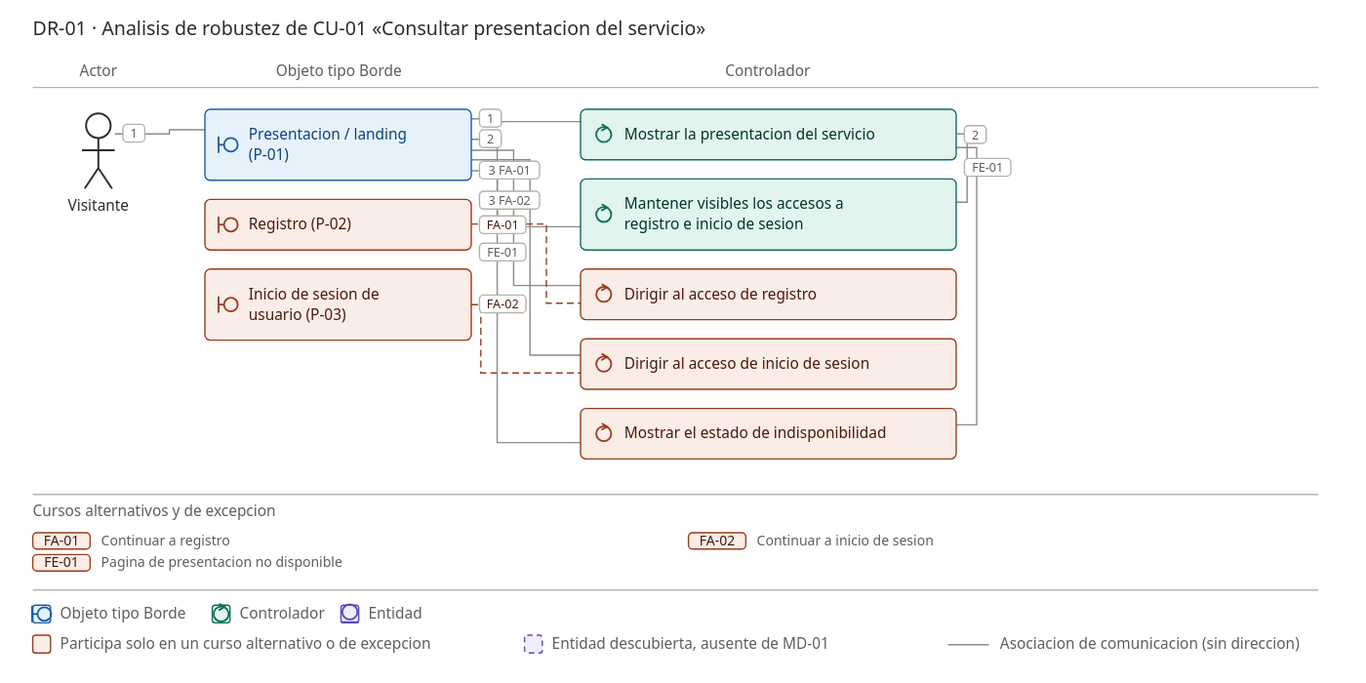
Before: docs/07_casos_uso/robustez/DR-01_robustez_consultar_presentacion.svg, a diagram exported from PlantUML (jonatan8254/alan-aura-academico). Its source is kept beside it as docs/07_casos_uso/robustez/DR-01_robustez_consultar_presentacion.puml. Its diagram source:
```plantuml
@startuml
left to right direction
skinparam linetype ortho
skinparam shadowing false

actor "Visitante" as ACT_Visitante

boundary "Presentacion / landing (P-01)" as B_PaginaPresentacion
boundary "Registro (P-02)" as B_FormularioRegistro #LightCoral
boundary "Inicio de sesion de usuario (P-03)" as B_PaginaInicioSesion #LightCoral

control "Mostrar la presentacion del servicio" as C_MostrarPresentacion
control "Mantener visibles los accesos a registro e inicio de sesion" as C_MantenerAccesosVisibles
control "Dirigir al acceso de registro" as C_DirigirARegistro #LightCoral
control "Dirigir al acceso de inicio de sesion" as C_DirigirAInicioSesion #LightCoral
control "Mostrar el estado de indisponibilidad" as C_MostrarIndisponibilidad #LightCoral

ACT_Visitante -- B_PaginaPresentacion : 1 solicita la pagina de presentacion
B_PaginaPresentacion -- C_MostrarPresentacion : 1 mostrar proposito no clinico, limites y accesos
C_MostrarPresentacion -- C_MantenerAccesosVisibles : 2 el Visitante lee el alcance y los limites
C_MantenerAccesosVisibles -- B_PaginaPresentacion : 2 mantiene visibles los accesos
B_PaginaPresentacion -- C_DirigirARegistro : 3 FA-01 elige registrarse
B_PaginaPresentacion -- C_DirigirAInicioSesion : 3 FA-02 elige iniciar sesion
C_DirigirARegistro -- B_FormularioRegistro : FA-01 continua en CU-02
C_DirigirAInicioSesion -- B_PaginaInicioSesion : FA-02 continua en CU-03
C_MostrarPresentacion -- C_MostrarIndisponibilidad : FE-01 el servicio esta caido o en mantenimiento
C_MostrarIndisponibilidad -- B_PaginaPresentacion : FE-01 permite reintentar sin crear sesion

legend right
  <b>Convencion de color</b>
  #LightCoral = objeto que participa solo en un curso alternativo (FA) o de excepcion (FE)
endlegend

note as N_DR01
  <b>CU-01 - Consultar presentacion del servicio</b> (ECU-01) - actor: Visitante
  PRE-01 el sistema esta desplegado y disponible; no requiere autenticacion.

  <b>Flujo basico</b>
  1. El Visitante solicita la pagina de presentacion. El sistema muestra la presentacion
     publica: proposito de acompanamiento no clinico, limites (no diagnostica, no atiende
     urgencias en autonomia) y accesos (registro / inicio de sesion).
  2. El Visitante lee el alcance y los limites del servicio. El sistema mantiene visibles
     los accesos a registro e inicio de sesion.
  3. El Visitante elige registrarse o iniciar sesion. El sistema lo dirige al acceso elegido.

  <b>Cursos alternativos</b>
  FA-01 Continuar a registro: el Visitante decide registrarse; el sistema lo dirige al
        acceso de registro y continua en CU-02.
  FA-02 Continuar a inicio de sesion: el Visitante ya tiene cuenta; el sistema lo dirige
        al acceso de inicio de sesion y continua en CU-03.

  <b>Cursos de excepcion</b>
  FE-01 Pagina de presentacion no disponible: el servicio esta caido o en mantenimiento;
        el sistema muestra un estado de indisponibilidad y permite reintentar.
        Sin sesion creada; sin datos capturados.

  <b>Postcondicion</b> El Visitante queda informado del alcance, los limites y los accesos;
  no se captura ningun dato; no se crea sesion.
  <b>Reglas</b> RN-04.5, RN-09. <b>Traza</b> RF-19 -> OBJ-7.
  <b>Pantallas</b> P-01 propia; P-02 y P-03 solo como destino de continuacion (CU-02/CU-03).

  <b>Notas de modelado</b>
  - <b>Sin objetos tipo Entidad:</b> ECU-01 declara "ninguno persistente"; la postcondicion
    afirma que no se captura ningun dato. La ausencia es fiel al texto, no un olvido.
  - El estado de indisponibilidad (FE-01) se pinta sobre P-01, cuyos estados clave en
    DIS-00 §2 son "default / servicio no disponible": no requiere pantalla nueva.
end note

@enduml
```
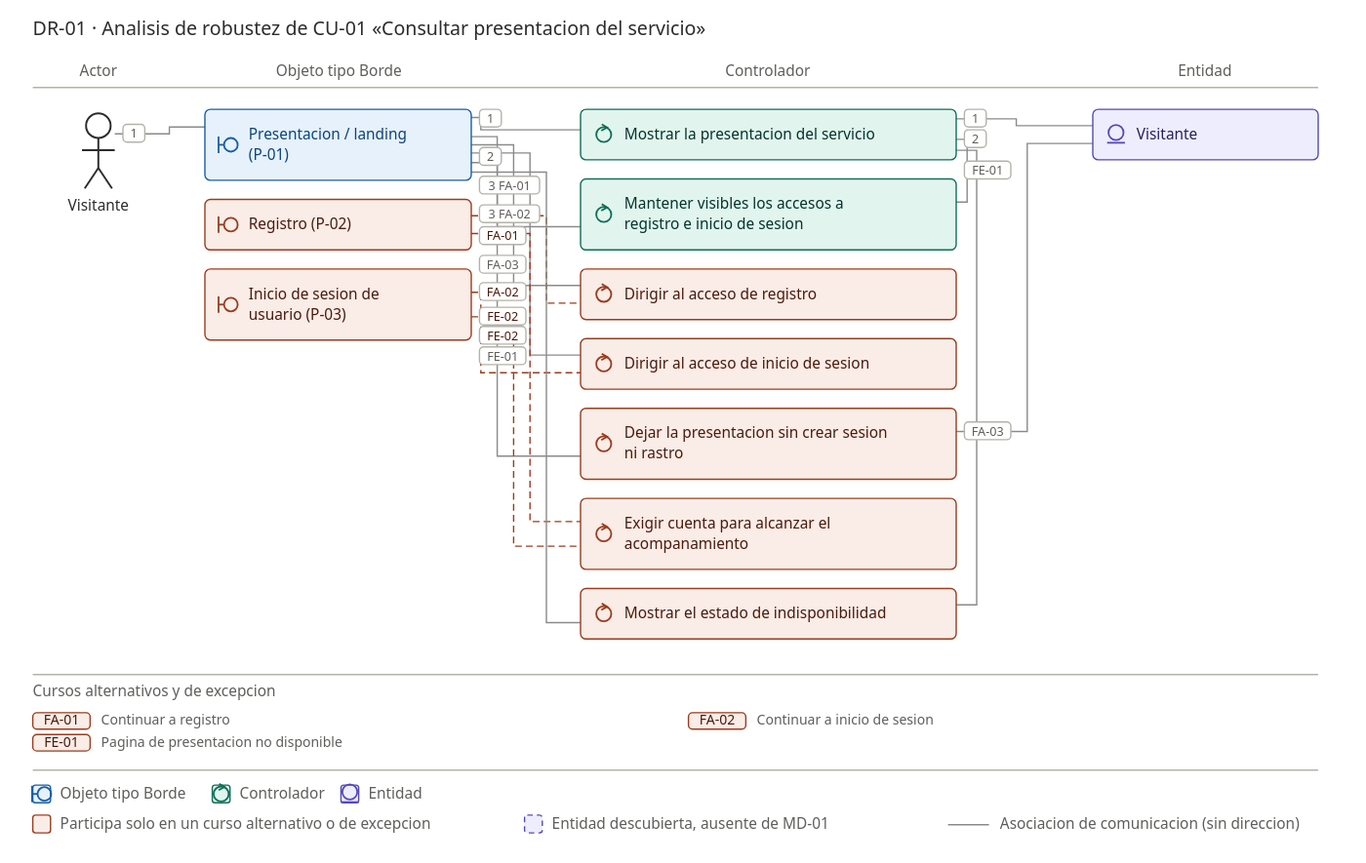
The same file after the commit.

Diff of the diagram source:
```diff
@@ -14,6 +14,10 @@
 control "Dirigir al acceso de registro" as C_DirigirARegistro #LightCoral
 control "Dirigir al acceso de inicio de sesion" as C_DirigirAInicioSesion #LightCoral
 control "Mostrar el estado de indisponibilidad" as C_MostrarIndisponibilidad #LightCoral
+control "Dejar la presentacion sin crear sesion ni rastro" as C_SalirSinElegirAcceso #LightCoral
+control "Exigir cuenta para alcanzar el acompanamiento" as C_ExigirCuentaParaAcompanamiento #LightCoral
+
+entity "Visitante" as E_Visitante
 
 ACT_Visitante -- B_PaginaPresentacion : 1 solicita la pagina de presentacion
 B_PaginaPresentacion -- C_MostrarPresentacion : 1 mostrar proposito no clinico, limites y accesos
@@ -23,8 +27,13 @@
 B_PaginaPresentacion -- C_DirigirAInicioSesion : 3 FA-02 elige iniciar sesion
 C_DirigirARegistro -- B_FormularioRegistro : FA-01 continua en CU-02
 C_DirigirAInicioSesion -- B_PaginaInicioSesion : FA-02 continua en CU-03
+C_MostrarPresentacion -- E_Visitante : 1 quien consulta no tiene cuenta ni sesion
+B_PaginaPresentacion -- C_SalirSinElegirAcceso : FA-03 el Visitante se va sin elegir ningun acceso
+C_SalirSinElegirAcceso -- E_Visitante : FA-03 finaliza sin crear sesion ni dejar rastro
+B_PaginaInicioSesion -- C_ExigirCuentaParaAcompanamiento : FE-02 intenta alcanzar el acompanamiento sin cuenta
+C_ExigirCuentaParaAcompanamiento -- B_FormularioRegistro : FE-02 termina; el acompanamiento exige cuenta, y dirige al registro
 C_MostrarPresentacion -- C_MostrarIndisponibilidad : FE-01 el servicio esta caido o en mantenimiento
-C_MostrarIndisponibilidad -- B_PaginaPresentacion : FE-01 permite reintentar sin crear sesion
+C_MostrarIndisponibilidad -- B_PaginaPresentacion : FE-01 vuelve al paso 1; permite reintentar sin crear sesion
 
 legend right
   <b>Convencion de color</b>
```
